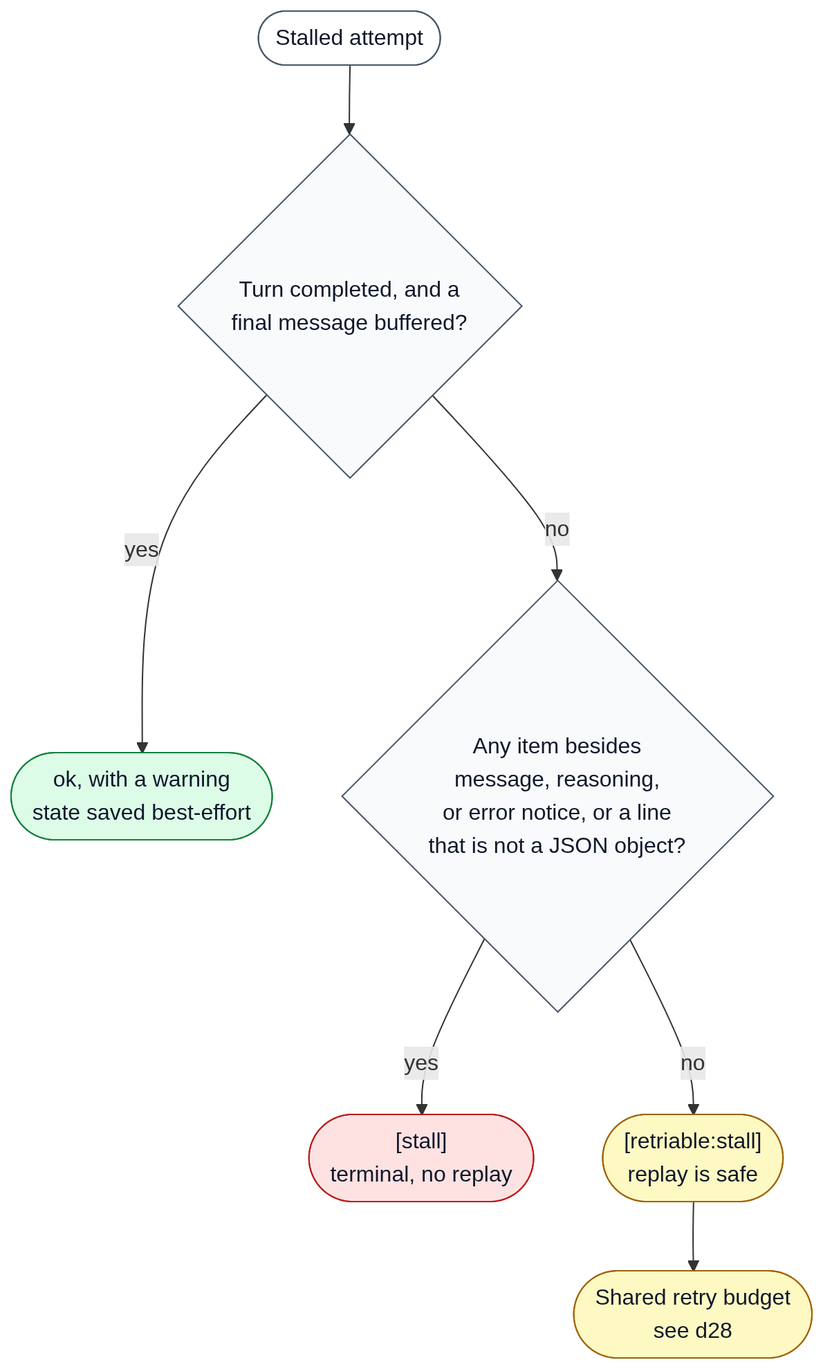
The Mermaid diagram docs/diagrams/d27-stall.png in ehzawad/codex-council, before a commit. Its source is kept beside it as docs/diagrams/d27-stall.mmd.
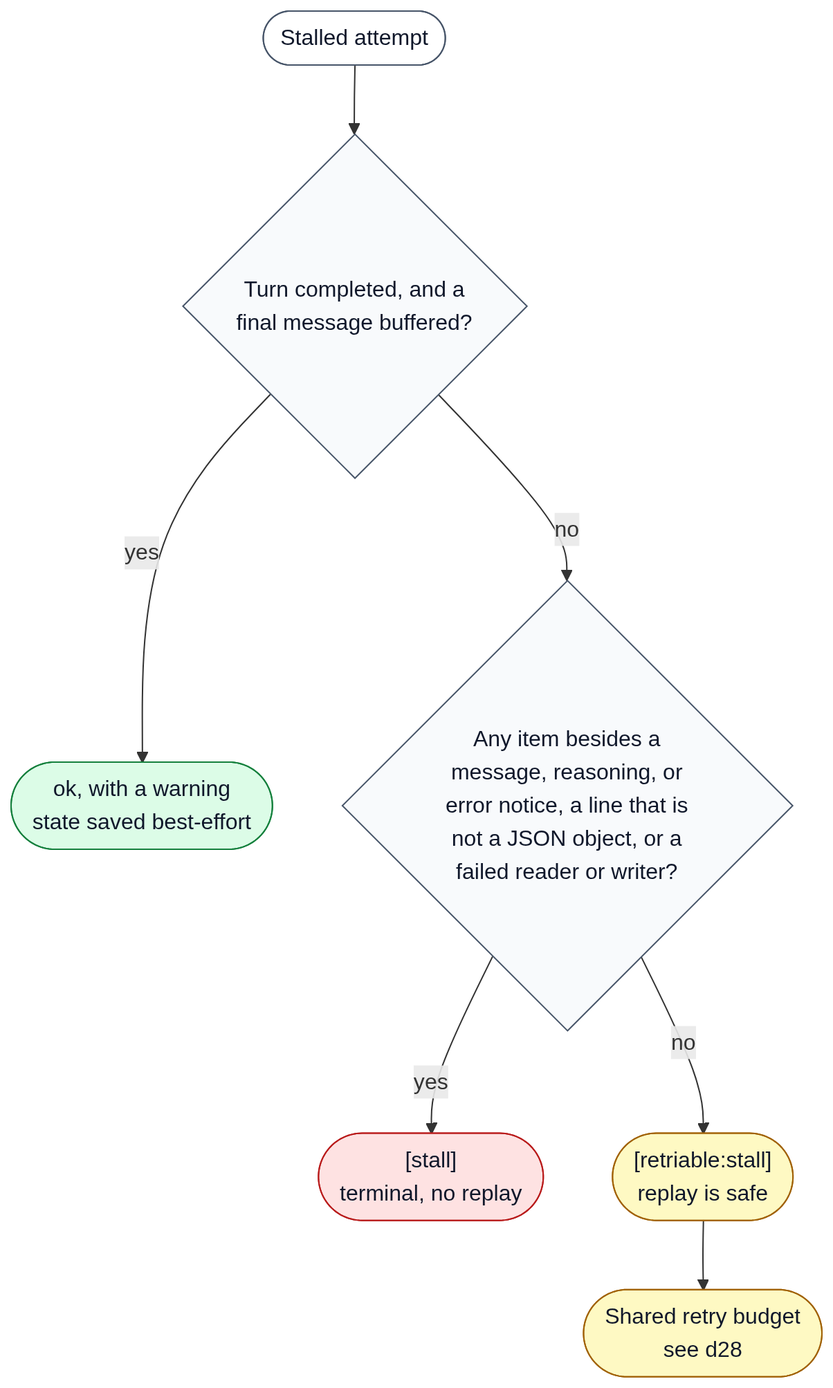
The same diagram one commit later.

What changed in the source:
```diff
@@ -2,7 +2,7 @@
     Stalled(["Stalled attempt"])
     Completed{"Turn completed, and a<br/>final message buffered?"}
     Warn(["ok, with a warning<br/>state saved best-effort"])
-    Unsafe{"Any item besides<br/>message, reasoning,<br/>or error notice, or a line<br/>that is not a JSON object?"}
+    Unsafe{"Any item besides a<br/>message, reasoning, or<br/>error notice, a line that is<br/>not a JSON object, or a<br/>failed reader or writer?"}
     Terminal(["[stall]<br/>terminal, no replay"])
     Retriable(["[retriable:stall]<br/>replay is safe"])
     Budget(["Shared retry budget<br/>see d28"])
```
